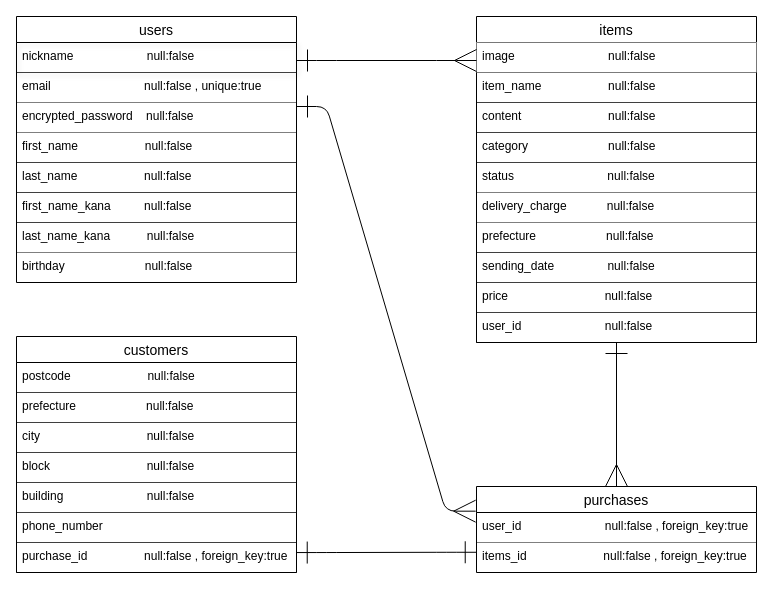
Above: ER .dio in fujitacoma/furima-37981 (draw.io), before the change. Source tidied: cells renumbered, new cells numbered last; positions are measured from the earlier drawing's top-left corner, leaving out a move shared by most shapes. Both pictures are drawn from the tidied source at 100%, with x=0, y=0 at pixel (16, 16).
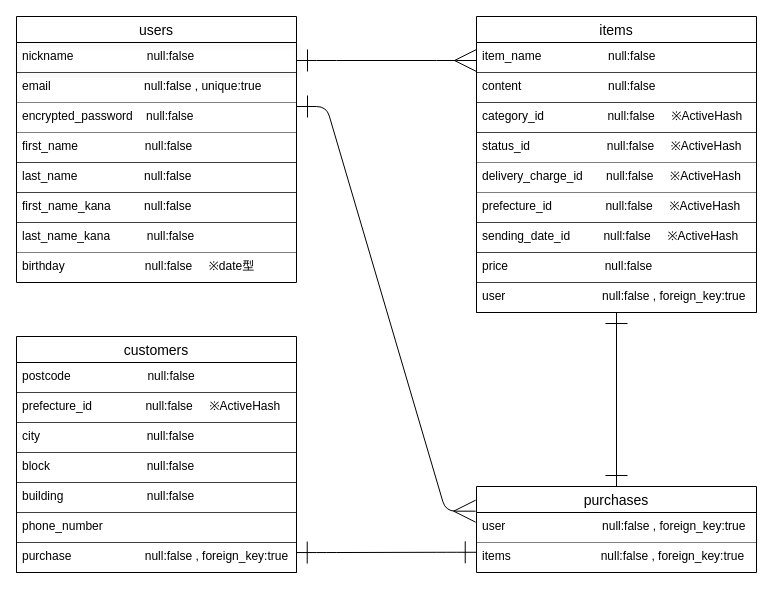
Above is the later version.

Commit message (it also covers changes not shown here):
ER図とREADMEの修正

Unchanged cells that the change refers to:
```xml
<mxCell id="2" value="users" style="swimlane;fontStyle=0;horizontal=1;startSize=26;align=center;fontSize=14;" parent="1" vertex="1">
  <mxGeometry width="280" height="266" as="geometry" />
</mxCell>
<mxCell id="23" value="purchases" style="swimlane;fontStyle=0;horizontal=1;startSize=26;align=center;fontSize=14;" parent="1" vertex="1">
  <mxGeometry x="460" y="470" width="280" height="86" as="geometry" />
</mxCell>
<mxCell id="26" value="customers" style="swimlane;fontStyle=0;horizontal=1;startSize=26;align=center;fontSize=14;" parent="1" vertex="1">
  <mxGeometry y="320" width="280" height="236" as="geometry" />
</mxCell>
```

What changed in the source:
```diff
@@
-    <mxCell id="10" value="birthday                        null:false " style="text;strokeColor=none;fillColor=none;spacingLeft=4;spacingRight=4;overflow=hidden;fontSize=12;" parent="2" vertex="1">
+    <mxCell id="10" value="birthday                        null:false     ※date型" style="text;strokeColor=none;fillColor=none;spacingLeft=4;spacingRight=4;overflow=hidden;fontSize=12;" parent="2" vertex="1">
       <mxGeometry y="236" width="280" height="30" as="geometry" />
     </mxCell>
     <mxCell id="11" value="items" style="swimlane;fontStyle=0;horizontal=1;startSize=26;align=center;fontSize=14;" parent="1" vertex="1">
-      <mxGeometry x="460" width="280" height="326" as="geometry" />
+      <mxGeometry x="460" width="280" height="296" as="geometry" />
     </mxCell>
-    <mxCell id="12" value="image                            null:false" style="text;strokeColor=#F0F0F0;fillColor=none;spacingLeft=4;spacingRight=4;overflow=hidden;fontSize=12;opacity=50;" parent="11" vertex="1">
-      <mxGeometry y="26" width="280" height="30" as="geometry" />
-    </mxCell>
     <mxCell id="13" value="item_name                    null:false" style="text;strokeColor=default;fillColor=none;spacingLeft=4;spacingRight=4;overflow=hidden;fontSize=12;opacity=50;" parent="11" vertex="1">
-      <mxGeometry y="56" width="280" height="30" as="geometry" />
+      <mxGeometry y="26" width="280" height="30" as="geometry" />
     </mxCell>
     <mxCell id="14" value="content                          null:false" style="text;strokeColor=default;fillColor=none;spacingLeft=4;spacingRight=4;overflow=hidden;fontSize=12;opacity=50;" parent="11" vertex="1">
-      <mxGeometry y="86" width="280" height="30" as="geometry" />
+      <mxGeometry y="56" width="280" height="30" as="geometry" />
     </mxCell>
-    <mxCell id="15" value="category                        null:false" style="text;strokeColor=default;fillColor=none;spacingLeft=4;spacingRight=4;overflow=hidden;fontSize=12;opacity=50;" parent="11" vertex="1">
-      <mxGeometry y="116" width="280" height="30" as="geometry" />
+    <mxCell id="15" value="category_id                   null:false     ※ActiveHash" style="text;strokeColor=default;fillColor=none;spacingLeft=4;spacingRight=4;overflow=hidden;fontSize=12;opacity=50;" parent="11" vertex="1">
+      <mxGeometry y="86" width="280" height="30" as="geometry" />
     </mxCell>
-    <mxCell id="16" value="status                            null:false" style="text;strokeColor=default;fillColor=none;spacingLeft=4;spacingRight=4;overflow=hidden;fontSize=12;opacity=50;" parent="11" vertex="1">
-      <mxGeometry y="146" width="280" height="30" as="geometry" />
+    <mxCell id="16" value="status_id                       null:false     ※ActiveHash" style="text;strokeColor=default;fillColor=none;spacingLeft=4;spacingRight=4;overflow=hidden;fontSize=12;opacity=50;" parent="11" vertex="1">
+      <mxGeometry y="116" width="280" height="30" as="geometry" />
     </mxCell>
-    <mxCell id="17" value="delivery_charge            null:false" style="text;strokeColor=none;fillColor=none;spacingLeft=4;spacingRight=4;overflow=hidden;fontSize=12;" parent="11" vertex="1">
-      <mxGeometry y="176" width="280" height="30" as="geometry" />
+    <mxCell id="17" value="delivery_charge_id       null:false     ※ActiveHash" style="text;strokeColor=none;fillColor=none;spacingLeft=4;spacingRight=4;overflow=hidden;fontSize=12;" parent="11" vertex="1">
+      <mxGeometry y="146" width="280" height="30" as="geometry" />
     </mxCell>
-    <mxCell id="18" value="prefecture                     null:false" style="text;strokeColor=default;fillColor=none;spacingLeft=4;spacingRight=4;overflow=hidden;fontSize=12;strokeWidth=1;opacity=50;" parent="11" vertex="1">
-      <mxGeometry y="206" width="280" height="30" as="geometry" />
+    <mxCell id="18" value="prefecture_id                null:false     ※ActiveHash" style="text;strokeColor=default;fillColor=none;spacingLeft=4;spacingRight=4;overflow=hidden;fontSize=12;strokeWidth=1;opacity=50;" parent="11" vertex="1">
+      <mxGeometry y="176" width="280" height="30" as="geometry" />
     </mxCell>
-    <mxCell id="19" value="sending_date                null:false" style="text;strokeColor=default;fillColor=none;spacingLeft=4;spacingRight=4;overflow=hidden;fontSize=12;opacity=50;" parent="11" vertex="1">
-      <mxGeometry y="236" width="280" height="30" as="geometry" />
+    <mxCell id="19" value="sending_date_id          null:false     ※ActiveHash" style="text;strokeColor=default;fillColor=none;spacingLeft=4;spacingRight=4;overflow=hidden;fontSize=12;opacity=50;" parent="11" vertex="1">
+      <mxGeometry y="206" width="280" height="30" as="geometry" />
     </mxCell>
     <mxCell id="20" value="price                             null:false" style="text;strokeColor=default;fillColor=none;spacingLeft=4;spacingRight=4;overflow=hidden;fontSize=12;opacity=50;" parent="11" vertex="1">
-      <mxGeometry y="266" width="280" height="30" as="geometry" />
+      <mxGeometry y="236" width="280" height="30" as="geometry" />
     </mxCell>
-    <mxCell id="21" value="user_id                         null:false" style="text;strokeColor=default;fillColor=none;spacingLeft=4;spacingRight=4;overflow=hidden;points=[[0,0.5],[1,0.5]];portConstraint=eastwest;fontSize=12;opacity=50;" parent="11" vertex="1">
-      <mxGeometry y="296" width="280" height="30" as="geometry" />
+    <mxCell id="21" value="user                             null:false , foreign_key:true" style="text;strokeColor=default;fillColor=none;spacingLeft=4;spacingRight=4;overflow=hidden;points=[[0,0.5],[1,0.5]];portConstraint=eastwest;fontSize=12;opacity=50;" parent="11" vertex="1">
+      <mxGeometry y="266" width="280" height="30" as="geometry" />
     </mxCell>
@@
-    <mxCell id="24" value="user_id                         null:false , foreign_key:true" style="text;strokeColor=default;fillColor=none;spacingLeft=4;spacingRight=4;overflow=hidden;fontSize=12;opacity=50;" parent="23" vertex="1">
+    <mxCell id="24" value="user                             null:false , foreign_key:true" style="text;strokeColor=default;fillColor=none;spacingLeft=4;spacingRight=4;overflow=hidden;fontSize=12;opacity=50;" parent="23" vertex="1">
       <mxGeometry y="26" width="280" height="30" as="geometry" />
     </mxCell>
-    <mxCell id="25" value="items_id                       null:false , foreign_key:true" style="text;strokeColor=none;fillColor=none;spacingLeft=4;spacingRight=4;overflow=hidden;points=[[0,0.5],[1,0.5]];portConstraint=eastwest;fontSize=12;" parent="23" vertex="1">
+    <mxCell id="25" value="items                           null:false , foreign_key:true" style="text;strokeColor=none;fillColor=none;spacingLeft=4;spacingRight=4;overflow=hidden;points=[[0,0.5],[1,0.5]];portConstraint=eastwest;fontSize=12;" parent="23" vertex="1">
       <mxGeometry y="56" width="280" height="30" as="geometry" />
     </mxCell>
@@
-    <mxCell id="28" value="prefecture                     null:false" style="text;strokeColor=default;fillColor=none;spacingLeft=4;spacingRight=4;overflow=hidden;fontSize=12;opacity=50;" parent="26" vertex="1">
+    <mxCell id="28" value="prefecture_id                null:false     ※ActiveHash" style="text;strokeColor=default;fillColor=none;spacingLeft=4;spacingRight=4;overflow=hidden;fontSize=12;opacity=50;" parent="26" vertex="1">
       <mxGeometry y="56" width="280" height="30" as="geometry" />
     </mxCell>
@@
-    <mxCell id="33" value="purchase_id                 null:false , foreign_key:true" style="text;strokeColor=default;fillColor=none;spacingLeft=4;spacingRight=4;overflow=hidden;points=[[0,0.5],[1,0.5]];portConstraint=eastwest;fontSize=12;opacity=50;" parent="26" vertex="1">
+    <mxCell id="33" value="purchase                      null:false , foreign_key:true" style="text;strokeColor=default;fillColor=none;spacingLeft=4;spacingRight=4;overflow=hidden;points=[[0,0.5],[1,0.5]];portConstraint=eastwest;fontSize=12;opacity=50;" parent="26" vertex="1">
       <mxGeometry y="206" width="280" height="30" as="geometry" />
     </mxCell>
@@
-    <mxCell id="36" style="fontSize=12;html=1;endArrow=ERone;startSize=20;startArrow=ERmany;startFill=0;endFill=0;strokeWidth=1;targetPerimeterSpacing=0;endSize=20;exitX=0.5;exitY=0;exitDx=0;exitDy=0;" parent="1" edge="1" source="23" target="21">
+    <mxCell id="36" style="fontSize=12;html=1;endArrow=ERone;startSize=20;startArrow=ERone;startFill=0;endFill=0;strokeWidth=1;targetPerimeterSpacing=0;endSize=20;exitX=0.5;exitY=0;exitDx=0;exitDy=0;" parent="1" edge="1" source="23" target="21">
       <mxGeometry relative="1" as="geometry" />
     </mxCell>
```
